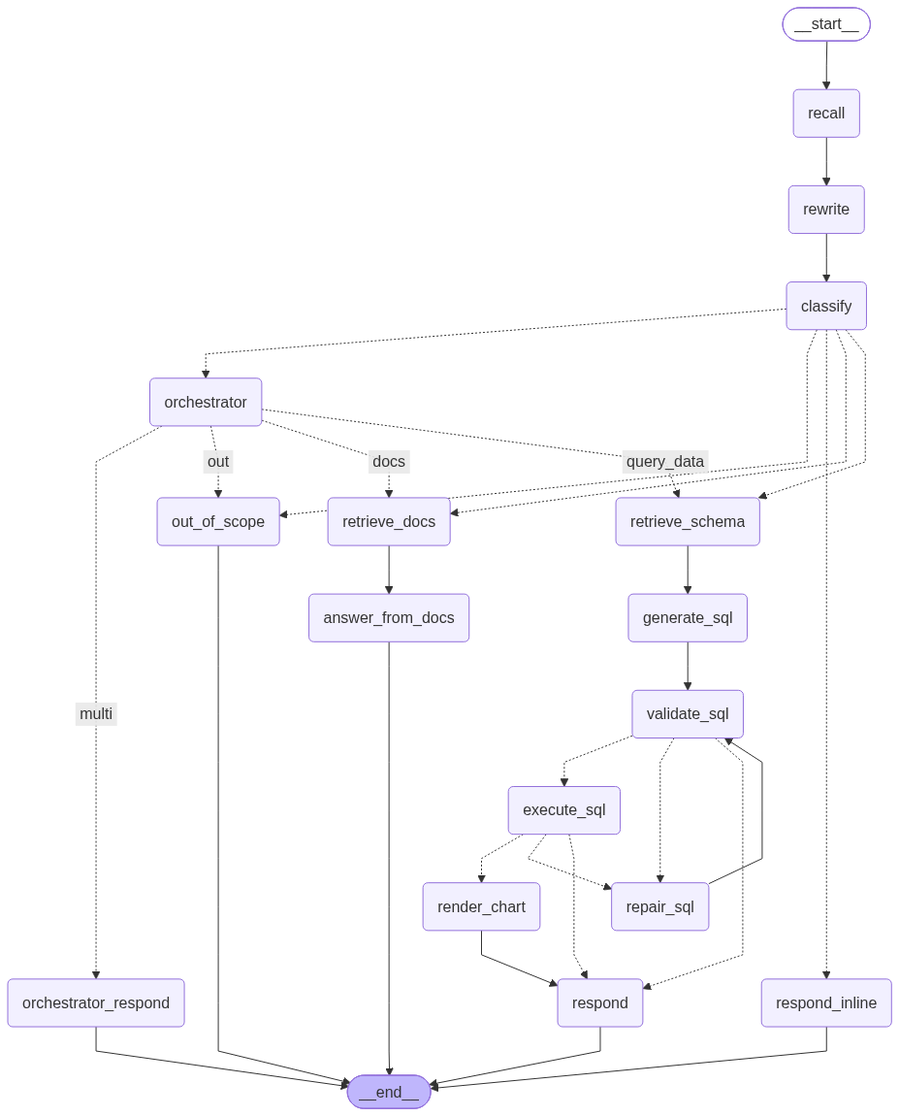
This is dong/graph.png from TienDungwork/agent-harness, a Mermaid export, as it was before one commit. Its source is kept beside it as dong/graph.mmd.
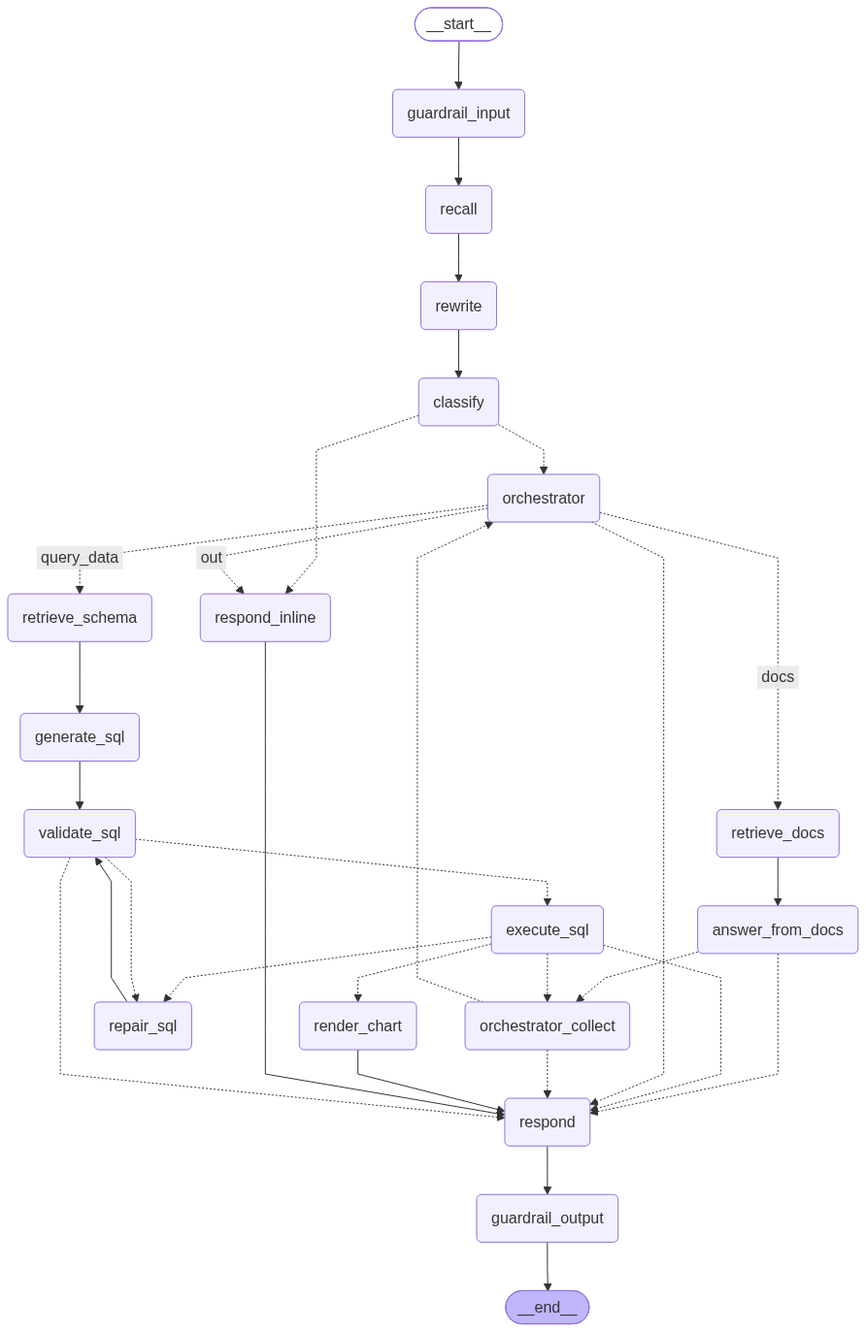
Above is the later version.

Diff of the diagram source:
```diff
@@ -5,12 +5,14 @@
 ---
 graph TD;
 	__start__([<p>__start__</p>]):::first
+	guardrail_input(guardrail_input)
+	guardrail_output(guardrail_output)
 	recall(recall)
 	rewrite(rewrite)
 	classify(classify)
 	respond_inline(respond_inline)
 	orchestrator(orchestrator)
-	orchestrator_respond(orchestrator_respond)
+	orchestrator_collect(orchestrator_collect)
 	retrieve_schema(retrieve_schema)
 	generate_sql(generate_sql)
 	validate_sql(validate_sql)
@@ -20,36 +22,36 @@
 	respond(respond)
 	retrieve_docs(retrieve_docs)
 	answer_from_docs(answer_from_docs)
-	out_of_scope(out_of_scope)
 	__end__([<p>__end__</p>]):::last
-	__start__ --> recall;
+	__start__ --> guardrail_input;
+	answer_from_docs -.-> orchestrator_collect;
+	answer_from_docs -.-> respond;
 	classify -.-> orchestrator;
-	classify -.-> out_of_scope;
 	classify -.-> respond_inline;
-	classify -.-> retrieve_docs;
-	classify -.-> retrieve_schema;
+	execute_sql -.-> orchestrator_collect;
 	execute_sql -.-> render_chart;
 	execute_sql -.-> repair_sql;
 	execute_sql -.-> respond;
 	generate_sql --> validate_sql;
-	orchestrator -. &nbsp;multi&nbsp; .-> orchestrator_respond;
-	orchestrator -. &nbsp;out&nbsp; .-> out_of_scope;
+	guardrail_input --> recall;
+	orchestrator -.-> respond;
+	orchestrator -. &nbsp;out&nbsp; .-> respond_inline;
 	orchestrator -. &nbsp;docs&nbsp; .-> retrieve_docs;
 	orchestrator -. &nbsp;query_data&nbsp; .-> retrieve_schema;
+	orchestrator_collect -.-> orchestrator;
+	orchestrator_collect -.-> respond;
 	recall --> rewrite;
 	render_chart --> respond;
 	repair_sql --> validate_sql;
+	respond --> guardrail_output;
+	respond_inline --> respond;
 	retrieve_docs --> answer_from_docs;
 	retrieve_schema --> generate_sql;
 	rewrite --> classify;
 	validate_sql -.-> execute_sql;
 	validate_sql -.-> repair_sql;
 	validate_sql -.-> respond;
-	answer_from_docs --> __end__;
-	orchestrator_respond --> __end__;
-	out_of_scope --> __end__;
-	respond --> __end__;
-	respond_inline --> __end__;
+	guardrail_output --> __end__;
 	classDef default fill:#f2f0ff,line-height:1.2
 	classDef first fill-opacity:0
 	classDef last fill:#bfb6fc
```
